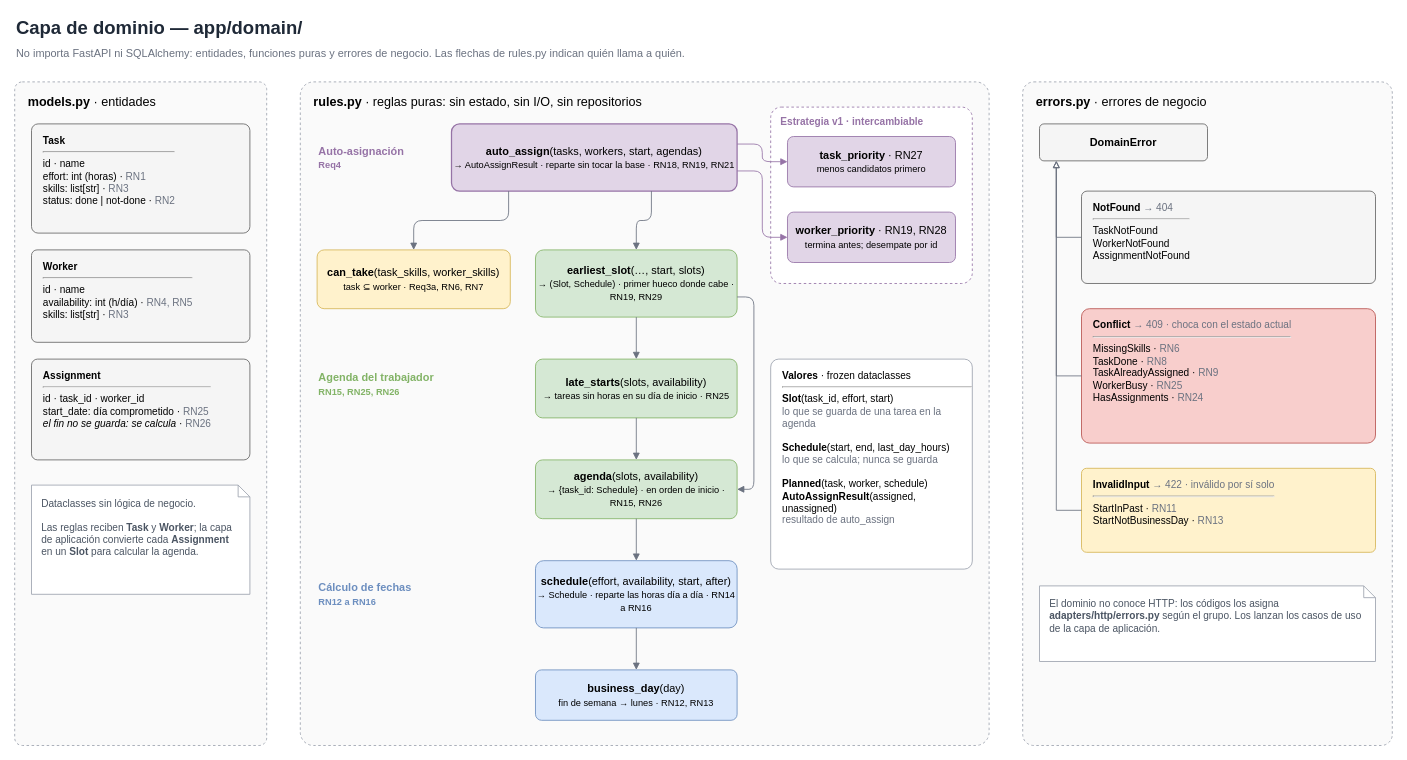
The draw.io diagram images/diagramas/10-capa-dominio.drawio in hisandan/TaskWorkers, before the edit. Source tidied: cells renumbered, new cells numbered last; positions are measured from the earlier drawing's top-left corner, leaving out a move shared by most shapes. Both pictures are drawn from the tidied source at 84%, with x=0, y=0 at pixel (14, 14).
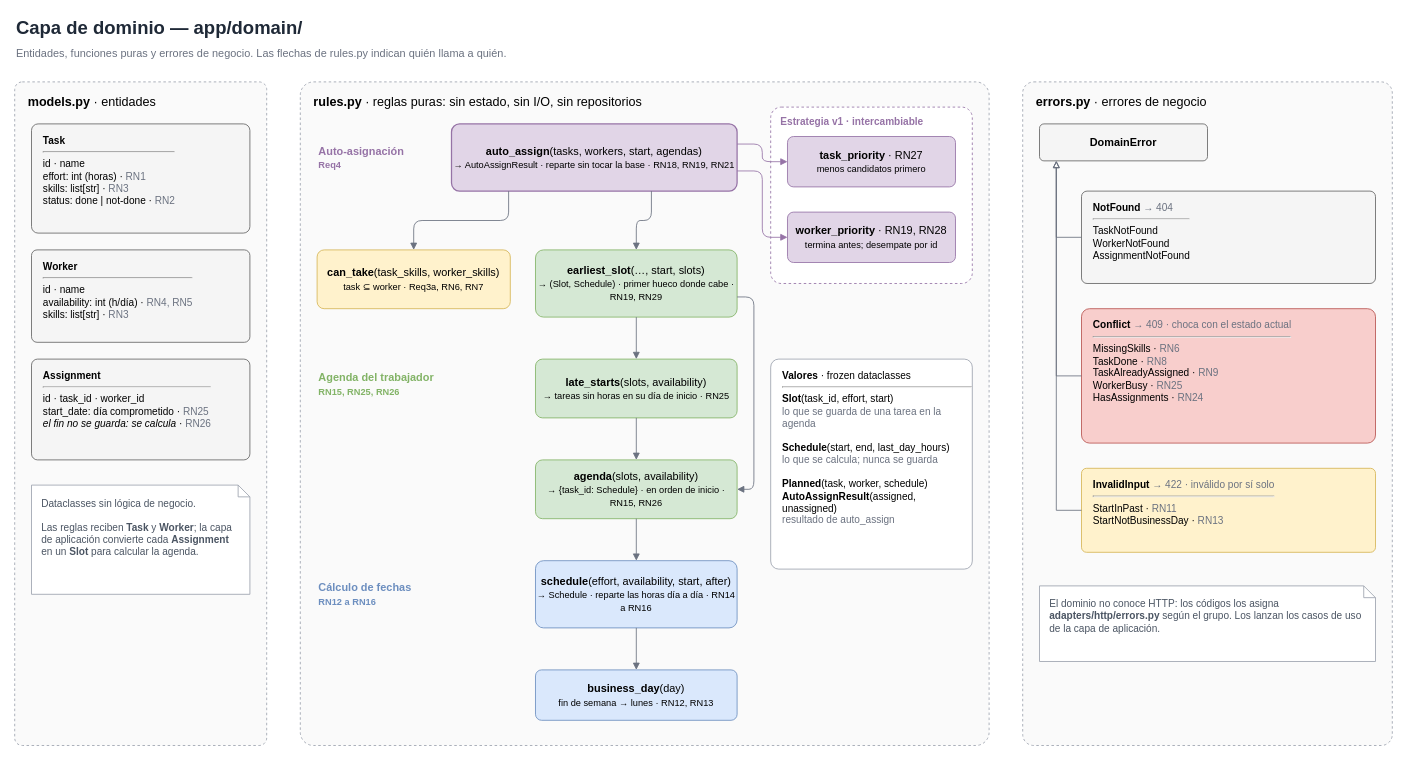
After the change.

What changed in the source:
```diff
@@
-    <mxCell id="3" value="No importa FastAPI ni SQLAlchemy: entidades, funciones puras y errores de negocio. Las flechas de rules.py indican quién llama a quién." style="text;html=1;align=left;verticalAlign=middle;fontSize=13;fontColor=#6b7280;whiteSpace=wrap;" parent="1" vertex="1">
+    <mxCell id="3" value="Entidades, funciones puras y errores de negocio. Las flechas de rules.py indican quién llama a quién." style="text;html=1;align=left;verticalAlign=middle;fontSize=13;fontColor=#6b7280;whiteSpace=wrap;" parent="1" vertex="1">
       <mxGeometry y="34" width="1400" height="24" as="geometry" />
     </mxCell>
```
